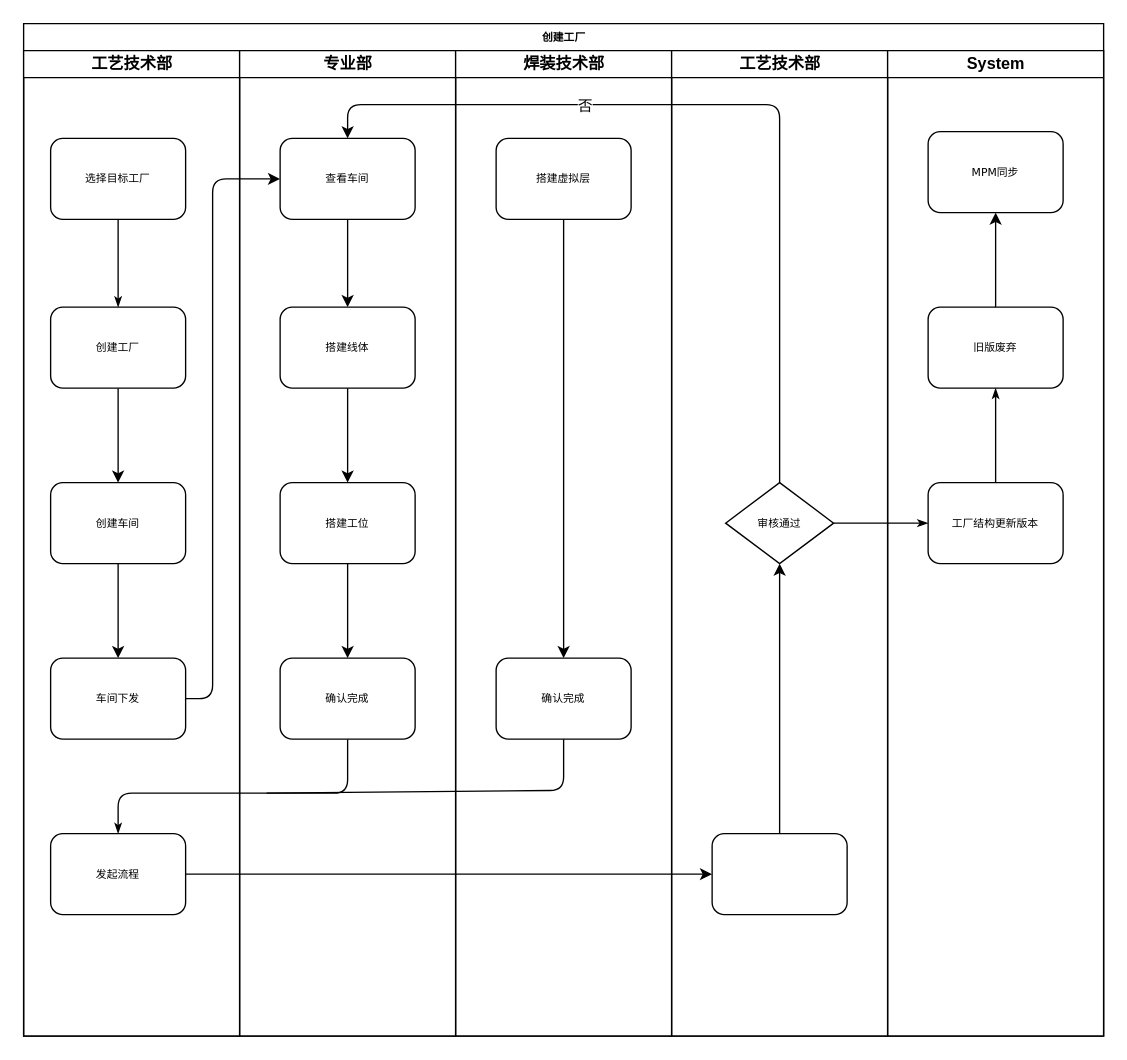
upsideDownBird/Gallery keeps this draw.io diagram as factory process.drawio. Above is the earlier version. Source tidied: cells renumbered, new cells numbered last; positions are measured from the earlier drawing's top-left corner, leaving out a move shared by most shapes. Both pictures are drawn from the tidied source at 135%, with x=0, y=0 at pixel (23, 23).
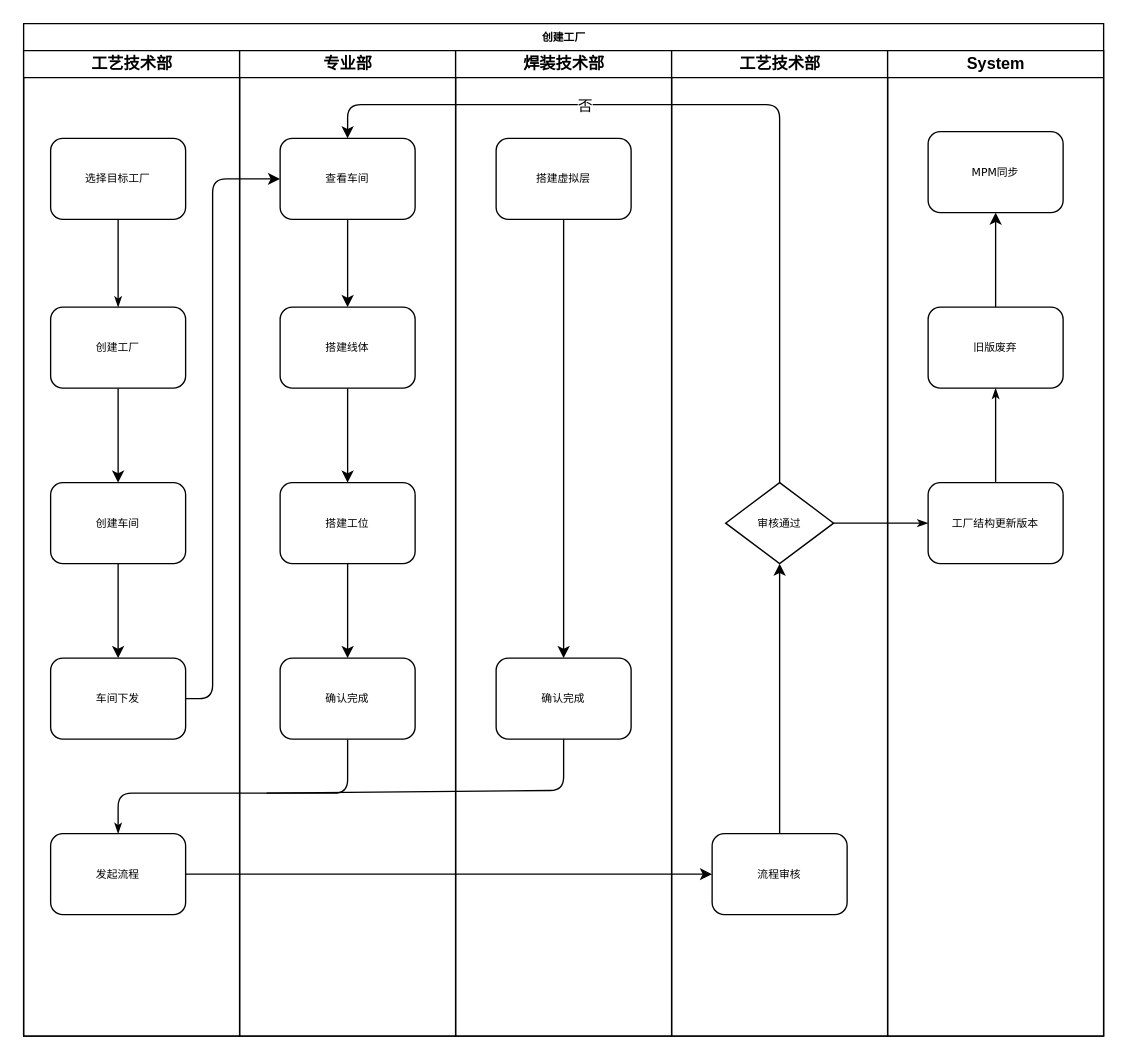
The same page after the edit.

Unchanged cells that the change refers to:
```xml
<mxCell id="26" value="工艺技术部" style="swimlane;html=1;startSize=20;" parent="2" vertex="1">
  <mxGeometry x="480" y="20" width="160" height="730" as="geometry" />
</mxCell>
```

The edit, as a diff of the source:
```diff
@@
-    <mxCell id="28" style="rounded=1;whiteSpace=wrap;html=1;shadow=0;labelBackgroundColor=none;strokeWidth=1;fontFamily=Verdana;fontSize=8;align=center;" parent="26" vertex="1">
+    <mxCell id="28" value="流程审核" style="rounded=1;whiteSpace=wrap;html=1;shadow=0;labelBackgroundColor=none;strokeWidth=1;fontFamily=Verdana;fontSize=8;align=center;" parent="26" vertex="1">
       <mxGeometry x="30" y="580" width="100" height="60" as="geometry" />
     </mxCell>
```
